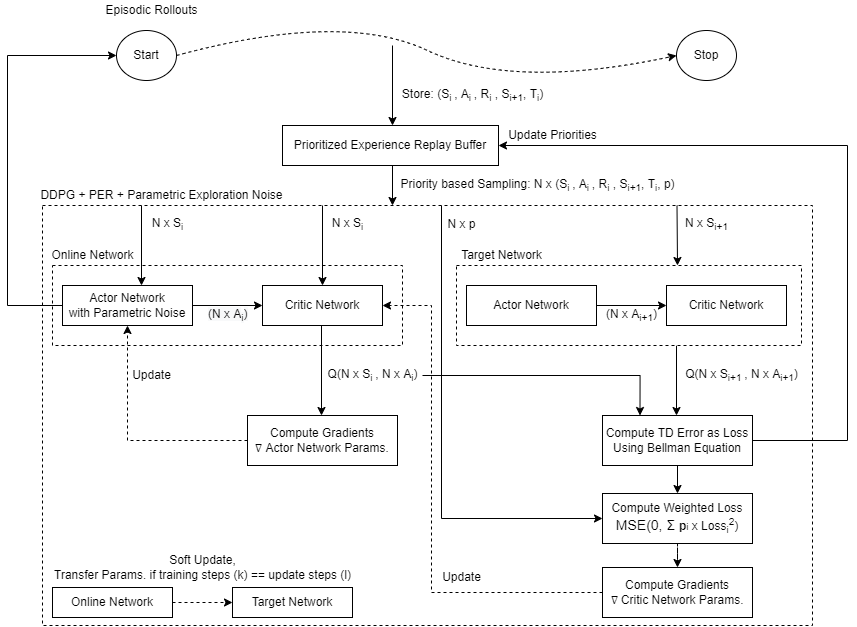
Above: presentation/pictures/Improved DDPG.png in KanishkNavale/AI-for-Robot-Tasks (draw.io), before the change. Source tidied: cells renumbered, new cells last; positions are measured from the earlier drawing's top-left corner, leaving out a move shared by most shapes.
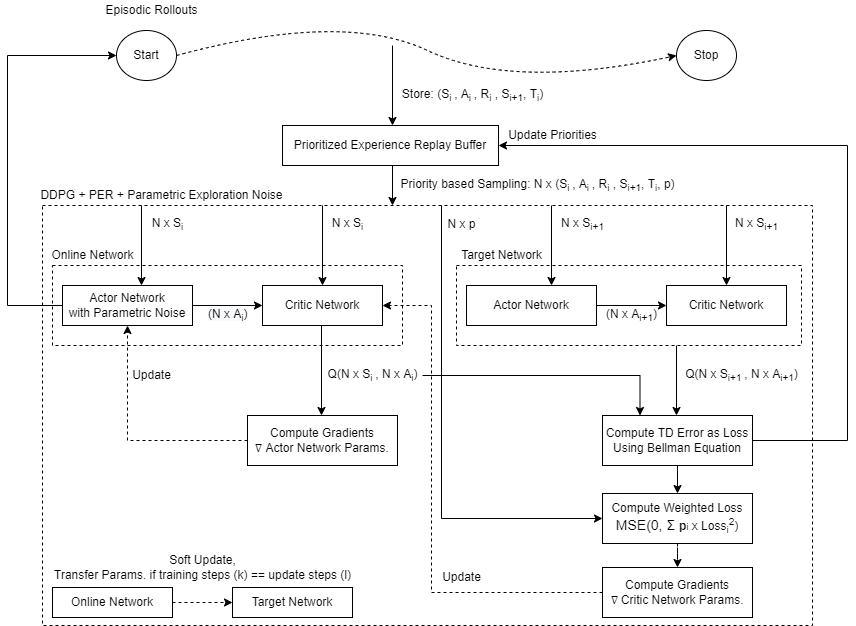
Later version of the same file.

What changed in the source:
```diff
@@ -5,6 +5,9 @@
     <mxCell id="2" style="rounded=0;whiteSpace=wrap;html=1;dashed=1;" parent="1" vertex="1">
       <mxGeometry x="35" y="205" width="770" height="420" as="geometry" />
     </mxCell>
+    <mxCell id="48" style="rounded=0;whiteSpace=wrap;html=1;dashed=1;" parent="1" vertex="1">
+      <mxGeometry x="449" y="265" width="345" height="80" as="geometry" />
+    </mxCell>
     <mxCell id="3" style="rounded=0;whiteSpace=wrap;html=1;dashed=1;" parent="1" vertex="1">
       <mxGeometry x="45" y="265" width="350" height="80" as="geometry" />
     </mxCell>
@@ -88,12 +91,6 @@
         <mxPoint x="315" y="205" as="sourcePoint" />
       </mxGeometry>
     </mxCell>
-    <mxCell id="22" style="endArrow=classic;html=1;rounded=0;" parent="1" edge="1">
-      <mxGeometry relative="1" as="geometry">
-        <mxPoint x="669.5" y="205" as="sourcePoint" />
-        <mxPoint x="670" y="265" as="targetPoint" />
-      </mxGeometry>
-    </mxCell>
     <mxCell id="23" value="N x S&lt;sub&gt;i&lt;/sub&gt;" style="text;html=1;align=center;verticalAlign=middle;strokeColor=none;fillColor=none;" parent="1" vertex="1">
       <mxGeometry x="135" y="214" width="50" height="20" as="geometry" />
     </mxCell>
@@ -101,7 +98,7 @@
       <mxGeometry x="315" y="214" width="50" height="20" as="geometry" />
     </mxCell>
     <mxCell id="25" value="N x S&lt;sub&gt;i+1&lt;/sub&gt;" style="text;html=1;align=center;verticalAlign=middle;strokeColor=none;fillColor=none;" parent="1" vertex="1">
-      <mxGeometry x="669" y="214" width="60" height="20" as="geometry" />
+      <mxGeometry x="719" y="214" width="60" height="20" as="geometry" />
     </mxCell>
     <mxCell id="26" style="endArrow=classic;html=1;rounded=0;" parent="1" edge="1">
       <mxGeometry relative="1" as="geometry">
@@ -185,9 +182,6 @@
     <mxCell id="47" value="Update Priorities" style="text;html=1;align=center;verticalAlign=middle;strokeColor=none;fillColor=none;fontSize=12;fontColor=#000000;" parent="1" vertex="1">
       <mxGeometry x="495" y="125" width="100" height="20" as="geometry" />
     </mxCell>
-    <mxCell id="48" style="rounded=0;whiteSpace=wrap;html=1;dashed=1;" parent="1" vertex="1">
-      <mxGeometry x="449" y="265" width="345" height="80" as="geometry" />
-    </mxCell>
     <mxCell id="49" style="edgeStyle=orthogonalEdgeStyle;rounded=0;jettySize=auto;html=1;exitX=1;exitY=0.5;exitDx=0;exitDy=0;entryX=0;entryY=0.5;entryDx=0;entryDy=0;fontSize=12;fontColor=#000000;" parent="1" edge="1" source="50" target="51">
       <mxGeometry relative="1" as="geometry" />
     </mxCell>
@@ -206,5 +200,20 @@
     <mxCell id="54" value="N x p" style="text;html=1;align=center;verticalAlign=middle;strokeColor=none;fillColor=none;fontSize=12;fontColor=#000000;" parent="1" vertex="1">
       <mxGeometry x="434" y="214" width="40" height="20" as="geometry" />
     </mxCell>
+    <mxCell id="55" style="endArrow=classic;html=1;rounded=0;entryX=0.5;entryY=0;entryDx=0;entryDy=0;" parent="1" edge="1">
+      <mxGeometry relative="1" as="geometry">
+        <mxPoint x="719" y="205" as="sourcePoint" />
+        <mxPoint x="719" y="285" as="targetPoint" />
+      </mxGeometry>
+    </mxCell>
+    <mxCell id="56" style="endArrow=classic;html=1;rounded=0;entryX=0.5;entryY=0;entryDx=0;entryDy=0;" parent="1" edge="1">
+      <mxGeometry relative="1" as="geometry">
+        <mxPoint x="544" y="205" as="sourcePoint" />
+        <mxPoint x="544" y="285" as="targetPoint" />
+      </mxGeometry>
+    </mxCell>
+    <mxCell id="57" value="N x S&lt;sub&gt;i+1&lt;/sub&gt;" style="text;html=1;align=center;verticalAlign=middle;strokeColor=none;fillColor=none;" parent="1" vertex="1">
+      <mxGeometry x="545" y="214" width="60" height="20" as="geometry" />
+    </mxCell>
   </root>
 </mxGraphModel>
```
